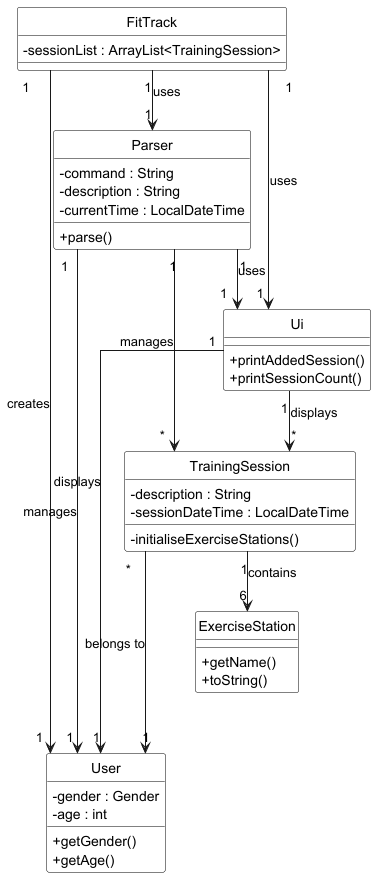
This is docs/Images/Class_AddTrainingSession.png from nus-cs2113-AY2425S1/tp, a PlantUML export, as it was before one commit.
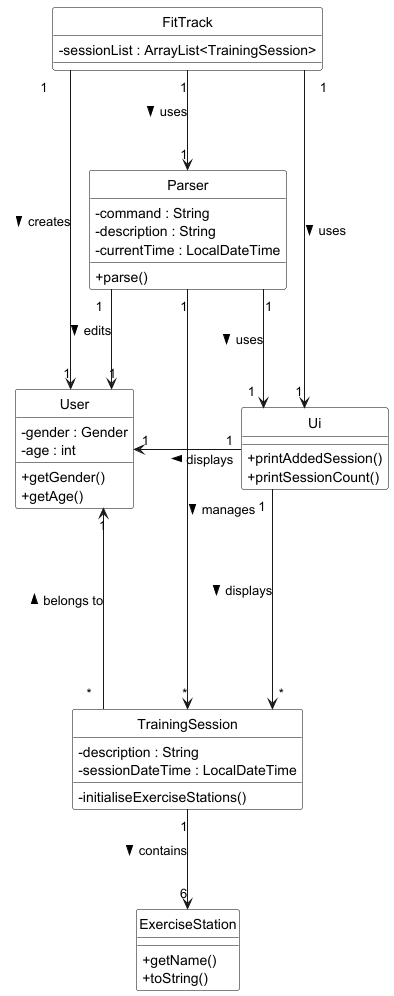
The same diagram one commit later.

Change to the diagram source:
```diff
@@ -1,6 +1,8 @@
 @startuml
 skinparam linetype ortho
 hide circle
+skinparam nodesep 0
+skinparam ranksep 100
 skinparam classAttributeIconSize 0
 skinparam classBackgroundColor White
 skinparam classBorderColor Black
@@ -39,17 +41,17 @@
     +toString()
 }
 
-FitTrack "1" --> "1" User : creates
-FitTrack "1" --> "1" Parser : uses
-FitTrack "1" --> "1" Ui : uses
+FitTrack "1" --> "1" User : creates >
+FitTrack "1" --> "1" Parser : uses >
+FitTrack "1" --> "1" Ui : uses >
 
-Parser "1" --> "1" Ui : uses
-Parser "1" --> "1" User : manages
-Parser "1" --> "*" TrainingSession : manages
+Parser "1" --> "1" Ui : uses >
+Parser "1" --> "1" User : edits >
+Parser "1" --> "*" TrainingSession : manages >
 
-Ui "1" -> "1" User : displays
-Ui "1" --> "*" TrainingSession : displays
+Ui "1" -left> "1" User : displays >
+Ui "1" --> "*" TrainingSession : displays >
 
-TrainingSession "*" ---> "1" User : belongs to
-TrainingSession "1" --> "6" ExerciseStation : contains
+TrainingSession "*" ---> "1" User : belongs to >
+TrainingSession "1" --> "6" ExerciseStation : contains >
 @enduml
```
